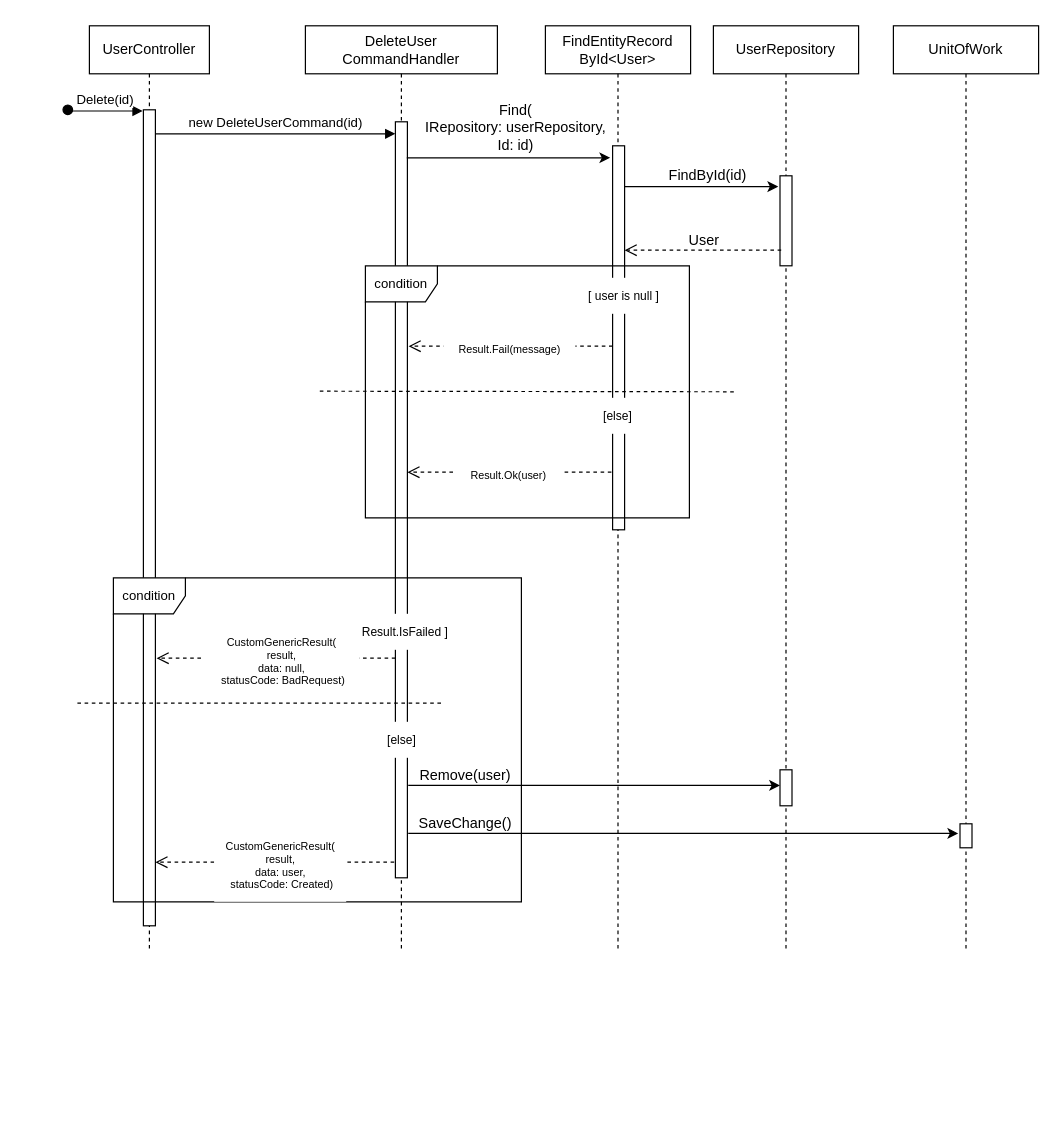
Above: Diagrams/sequenceDiagram_user_update.drawio in MahdiChoobin-81/CleanArchitecture_ASP (draw.io), before the change. Source tidied: cells renumbered, new cells numbered last; positions are measured from the earlier drawing's top-left corner, leaving out a move shared by most shapes. Both pictures are drawn from the tidied source at 120%, with x=0, y=0 at pixel (67, 25).
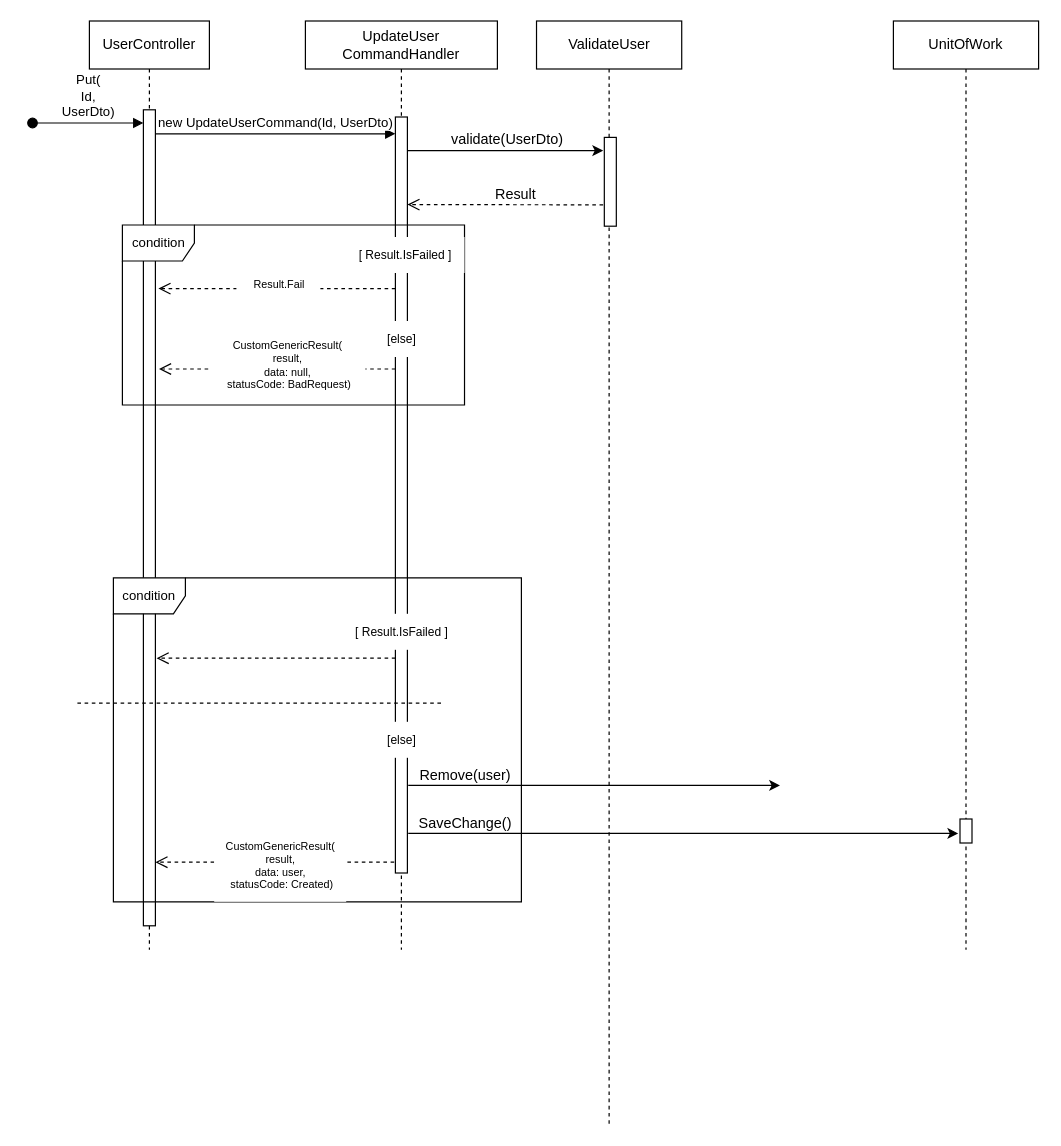
Above is the later version.

Unchanged cells that the change refers to:
```xml
<mxCell id="5" style="html=1;points=[];perimeter=orthogonalPerimeter;outlineConnect=0;targetShapes=umlLifeline;portConstraint=eastwest;newEdgeStyle={&quot;edgeStyle&quot;:&quot;elbowEdgeStyle&quot;,&quot;elbow&quot;:&quot;vertical&quot;,&quot;curved&quot;:0,&quot;rounded&quot;:0};" parent="4" vertex="1">
  <mxGeometry x="75" y="80" width="10" height="630" as="geometry" />
</mxCell>
<mxCell id="9" style="rounded=0;whiteSpace=wrap;html=1;" parent="1" vertex="1">
  <mxGeometry x="63" y="70" width="10" height="680" as="geometry" />
</mxCell>
```

Change to the diagram source:
```diff
@@
     <mxCell id="2" value="UserController" style="shape=umlLifeline;perimeter=lifelinePerimeter;whiteSpace=wrap;html=1;newEdgeStyle={&quot;edgeStyle&quot;:&quot;elbowEdgeStyle&quot;,&quot;elbow&quot;:&quot;vertical&quot;,&quot;curved&quot;:0,&quot;rounded&quot;:0};" parent="1" vertex="1">
-      <mxGeometry x="18" width="100" height="770" as="geometry" />
+      <mxGeometry x="18" y="-4" width="100" height="774" as="geometry" />
     </mxCell>
-    <mxCell id="3" value="Delete(id)" style="html=1;verticalAlign=bottom;startArrow=oval;endArrow=block;startSize=8;edgeStyle=elbowEdgeStyle;elbow=vertical;curved=0;rounded=0;entryX=-0.26;entryY=0.004;entryDx=0;entryDy=0;entryPerimeter=0;" parent="2" edge="1">
-      <mxGeometry relative="1" as="geometry">
-        <mxPoint x="-18" y="70" as="sourcePoint" />
-        <mxPoint x="44.4" y="71.4" as="targetPoint" />
-      </mxGeometry>
-    </mxCell>
-    <mxCell id="4" value="DeleteUser&lt;br&gt;CommandHandler" style="shape=umlLifeline;perimeter=lifelinePerimeter;whiteSpace=wrap;html=1;newEdgeStyle={&quot;edgeStyle&quot;:&quot;elbowEdgeStyle&quot;,&quot;elbow&quot;:&quot;vertical&quot;,&quot;curved&quot;:0,&quot;rounded&quot;:0};" parent="1" vertex="1">
-      <mxGeometry x="198" width="160" height="770" as="geometry" />
+    <mxCell id="4" value="UpdateUser&lt;br&gt;CommandHandler" style="shape=umlLifeline;perimeter=lifelinePerimeter;whiteSpace=wrap;html=1;newEdgeStyle={&quot;edgeStyle&quot;:&quot;elbowEdgeStyle&quot;,&quot;elbow&quot;:&quot;vertical&quot;,&quot;curved&quot;:0,&quot;rounded&quot;:0};" parent="1" vertex="1">
+      <mxGeometry x="198" y="-4" width="160" height="774" as="geometry" />
     </mxCell>
@@
-    <mxCell id="6" value="new DeleteUserCommand(id)" style="html=1;verticalAlign=bottom;endArrow=block;edgeStyle=elbowEdgeStyle;elbow=horizontal;curved=0;rounded=0;" parent="1" edge="1" source="9" target="5">
+    <mxCell id="6" value="new UpdateUserCommand(Id, UserDto)" style="html=1;verticalAlign=bottom;endArrow=block;edgeStyle=elbowEdgeStyle;elbow=horizontal;curved=0;rounded=0;" parent="1" edge="1" source="9" target="5">
       <mxGeometry relative="1" as="geometry">
         <Array as="points">
           <mxPoint x="158" y="90" />
         </Array>
       </mxGeometry>
     </mxCell>
-    <mxCell id="7" value="FindEntityRecord&lt;br&gt;ById&amp;lt;User&amp;gt;" style="shape=umlLifeline;perimeter=lifelinePerimeter;whiteSpace=wrap;html=1;newEdgeStyle={&quot;edgeStyle&quot;:&quot;elbowEdgeStyle&quot;,&quot;elbow&quot;:&quot;vertical&quot;,&quot;curved&quot;:0,&quot;rounded&quot;:0};" parent="1" vertex="1">
-      <mxGeometry x="398" width="121" height="770" as="geometry" />
-    </mxCell>
-    <mxCell id="8" style="html=1;points=[];perimeter=orthogonalPerimeter;outlineConnect=0;targetShapes=umlLifeline;portConstraint=eastwest;newEdgeStyle={&quot;edgeStyle&quot;:&quot;elbowEdgeStyle&quot;,&quot;elbow&quot;:&quot;vertical&quot;,&quot;curved&quot;:0,&quot;rounded&quot;:0};" parent="7" vertex="1">
-      <mxGeometry x="56" y="100" width="10" height="320" as="geometry" />
-    </mxCell>
@@
-    <mxCell id="10" value="Find(&lt;br&gt;IRepository: userRepository,&lt;br&gt;Id: id)" style="text;html=1;align=center;verticalAlign=middle;strokeColor=none;fillColor=none;" parent="1" vertex="1">
-      <mxGeometry x="288" y="55" width="170" height="60" as="geometry" />
-    </mxCell>
-    <mxCell id="11" style="endArrow=classic;html=1;rounded=0;" parent="1" edge="1">
-      <mxGeometry relative="1" as="geometry">
-        <mxPoint x="282.5" y="110" as="sourcePoint" />
-        <mxPoint x="452" y="110" as="targetPoint" />
-      </mxGeometry>
-    </mxCell>
@@
-    <mxCell id="13" value="UserRepository" style="shape=umlLifeline;perimeter=lifelinePerimeter;whiteSpace=wrap;html=1;newEdgeStyle={&quot;edgeStyle&quot;:&quot;elbowEdgeStyle&quot;,&quot;elbow&quot;:&quot;vertical&quot;,&quot;curved&quot;:0,&quot;rounded&quot;:0};" parent="1" vertex="1">
-      <mxGeometry x="538" width="121" height="770" as="geometry" />
-    </mxCell>
-    <mxCell id="14" style="html=1;perimeter=orthogonalPerimeter;targetShapes=umlLifeline;newEdgeStyle={&quot;edgeStyle&quot;:&quot;elbowEdgeStyle&quot;,&quot;elbow&quot;:&quot;vertical&quot;,&quot;curved&quot;:0,&quot;rounded&quot;:0};" parent="13" vertex="1">
-      <mxGeometry x="55.5" y="125" width="10" height="75" as="geometry" />
-    </mxCell>
-    <mxCell id="15" style="html=1;perimeter=orthogonalPerimeter;targetShapes=umlLifeline;newEdgeStyle={&quot;edgeStyle&quot;:&quot;elbowEdgeStyle&quot;,&quot;elbow&quot;:&quot;vertical&quot;,&quot;curved&quot;:0,&quot;rounded&quot;:0};" parent="13" vertex="1">
-      <mxGeometry x="55.5" y="620" width="10" height="30" as="geometry" />
-    </mxCell>
@@
-    <mxCell id="20" value="&lt;font style=&quot;font-size: 9px;&quot;&gt;CustomGenericResult(&lt;br&gt;result,&lt;br style=&quot;font-size: 9px;&quot;&gt;data: null,&lt;br style=&quot;font-size: 9px;&quot;&gt;&amp;nbsp;statusCode: BadRequest)&lt;/font&gt;" style="text;html=1;align=center;verticalAlign=middle;strokeColor=none;fillColor=default;fontSize=9;" parent="1" vertex="1">
-      <mxGeometry x="113" y="500" width="130" height="60" as="geometry" />
-    </mxCell>
     <mxCell id="21" value="UnitOfWork" style="shape=umlLifeline;perimeter=lifelinePerimeter;whiteSpace=wrap;html=1;newEdgeStyle={&quot;edgeStyle&quot;:&quot;elbowEdgeStyle&quot;,&quot;elbow&quot;:&quot;vertical&quot;,&quot;curved&quot;:0,&quot;rounded&quot;:0};" parent="1" vertex="1">
-      <mxGeometry x="688" width="121" height="770" as="geometry" />
+      <mxGeometry x="688" y="-4" width="121" height="774" as="geometry" />
     </mxCell>
@@
-    <mxCell id="28" style="endArrow=classic;html=1;rounded=0;" parent="1" edge="1">
-      <mxGeometry relative="1" as="geometry">
-        <mxPoint x="464" y="134" as="sourcePoint" />
-        <mxPoint x="592" y="134" as="targetPoint" />
-      </mxGeometry>
-    </mxCell>
-    <mxCell id="29" value="FindById(id)" style="text;html=1;align=center;verticalAlign=middle;strokeColor=none;fillColor=none;" parent="1" vertex="1">
-      <mxGeometry x="488" y="110" width="90" height="30" as="geometry" />
-    </mxCell>
-    <mxCell id="30" style="html=1;verticalAlign=bottom;endArrow=open;dashed=1;endSize=8;edgeStyle=elbowEdgeStyle;elbow=vertical;curved=0;rounded=0;" parent="1" edge="1" target="8">
-      <mxGeometry x="0.01" relative="1" as="geometry">
-        <mxPoint x="594.5" y="187" as="sourcePoint" />
-      </mxGeometry>
-    </mxCell>
-    <mxCell id="31" value="User" style="text;html=1;strokeColor=none;fillColor=none;align=center;verticalAlign=middle;whiteSpace=wrap;rounded=0;" parent="1" vertex="1">
-      <mxGeometry x="488" y="164" width="85" height="30" as="geometry" />
-    </mxCell>
-    <mxCell id="32" value="&lt;font style=&quot;font-size: 11px;&quot;&gt;condition&lt;/font&gt;" style="shape=umlFrame;whiteSpace=wrap;html=1;direction=east;" parent="1" vertex="1">
-      <mxGeometry x="248" y="200" width="270" height="210" as="geometry" />
-    </mxCell>
-    <mxCell id="33" value="[ user is null ]" style="text;html=1;align=center;verticalAlign=middle;strokeColor=none;fillColor=default;fontSize=10;" parent="1" vertex="1">
-      <mxGeometry x="423" y="210" width="80" height="30" as="geometry" />
-    </mxCell>
-    <mxCell id="34" style="html=1;verticalAlign=bottom;endArrow=open;dashed=1;endSize=8;edgeStyle=elbowEdgeStyle;elbow=vertical;curved=0;rounded=0;strokeColor=default;" parent="1" edge="1" source="8">
-      <mxGeometry x="0.01" relative="1" as="geometry">
-        <mxPoint x="284" y="267" as="targetPoint" />
-      </mxGeometry>
-    </mxCell>
-    <mxCell id="35" value="[else]" style="text;html=1;align=center;verticalAlign=middle;strokeColor=none;fillColor=default;fontSize=10;imageWidth=24;arcSize=12;strokeOpacity=100;" parent="1" vertex="1">
-      <mxGeometry x="433" y="310" width="50" height="30" as="geometry" />
-    </mxCell>
-    <mxCell id="36" value="Result.Fail(message)" style="text;html=1;align=center;verticalAlign=middle;strokeColor=none;fillColor=default;fontSize=9;" parent="1" vertex="1">
-      <mxGeometry x="313" y="260" width="110" height="20" as="geometry" />
-    </mxCell>
-    <mxCell id="37" style="endArrow=none;dashed=1;html=1;rounded=0;" parent="1" edge="1">
-      <mxGeometry relative="1" as="geometry">
-        <mxPoint x="210" y="304.5" as="sourcePoint" />
-        <mxPoint x="558" y="305" as="targetPoint" />
-      </mxGeometry>
-    </mxCell>
-    <mxCell id="38" style="html=1;verticalAlign=bottom;endArrow=open;dashed=1;endSize=8;edgeStyle=elbowEdgeStyle;elbow=vertical;curved=0;rounded=0;strokeColor=default;" parent="1" edge="1">
-      <mxGeometry x="0.01" relative="1" as="geometry">
-        <mxPoint x="453" y="372" as="sourcePoint" />
-        <mxPoint x="283" y="372" as="targetPoint" />
-      </mxGeometry>
-    </mxCell>
-    <mxCell id="39" value="Result.Ok(user)" style="text;html=1;align=center;verticalAlign=middle;strokeColor=none;fillColor=default;fontSize=9;" parent="1" vertex="1">
-      <mxGeometry x="322" y="365" width="90" height="20" as="geometry" />
-    </mxCell>
@@
+    <mxCell id="3" value="Put(&lt;br&gt;Id,&lt;br&gt;UserDto)" style="html=1;verticalAlign=bottom;startArrow=oval;endArrow=block;startSize=8;edgeStyle=elbowEdgeStyle;elbow=vertical;curved=0;rounded=0;entryX=-0.26;entryY=0.004;entryDx=0;entryDy=0;entryPerimeter=0;" parent="1" edge="1">
+      <mxGeometry relative="1" as="geometry">
+        <mxPoint x="-29.4" y="81" as="sourcePoint" />
+        <mxPoint x="63" y="81.4" as="targetPoint" />
+      </mxGeometry>
+    </mxCell>
+    <mxCell id="42" value="ValidateUser" style="shape=umlLifeline;perimeter=lifelinePerimeter;whiteSpace=wrap;html=1;newEdgeStyle={&quot;edgeStyle&quot;:&quot;elbowEdgeStyle&quot;,&quot;elbow&quot;:&quot;vertical&quot;,&quot;curved&quot;:0,&quot;rounded&quot;:0};" parent="1" vertex="1">
+      <mxGeometry x="390.6" y="-4" width="121" height="920" as="geometry" />
+    </mxCell>
+    <mxCell id="43" style="html=1;perimeter=orthogonalPerimeter;targetShapes=umlLifeline;newEdgeStyle={&quot;edgeStyle&quot;:&quot;elbowEdgeStyle&quot;,&quot;elbow&quot;:&quot;vertical&quot;,&quot;curved&quot;:0,&quot;rounded&quot;:0};" parent="42" vertex="1">
+      <mxGeometry x="56.5" y="97" width="10" height="74" as="geometry" />
+    </mxCell>
+    <mxCell id="44" value="validate(UserDto)" style="text;html=1;align=center;verticalAlign=middle;strokeColor=none;fillColor=none;" parent="1" vertex="1">
+      <mxGeometry x="306.1" y="80" width="120" height="30" as="geometry" />
+    </mxCell>
+    <mxCell id="45" style="endArrow=classic;html=1;rounded=0;" parent="1" edge="1">
+      <mxGeometry relative="1" as="geometry">
+        <mxPoint x="283" y="104" as="sourcePoint" />
+        <mxPoint x="446.1" y="104" as="targetPoint" />
+      </mxGeometry>
+    </mxCell>
+    <mxCell id="46" style="html=1;verticalAlign=bottom;endArrow=open;dashed=1;endSize=8;edgeStyle=elbowEdgeStyle;elbow=vertical;curved=0;rounded=0;" parent="1" edge="1" target="5">
+      <mxGeometry x="0.01" relative="1" as="geometry">
+        <mxPoint x="446.1" y="149.2" as="sourcePoint" />
+      </mxGeometry>
+    </mxCell>
+    <mxCell id="47" value="Result" style="text;html=1;strokeColor=none;fillColor=none;align=center;verticalAlign=middle;whiteSpace=wrap;rounded=0;" parent="1" vertex="1">
+      <mxGeometry x="331.1" y="126" width="85" height="30" as="geometry" />
+    </mxCell>
+    <mxCell id="48" style="html=1;verticalAlign=bottom;endArrow=open;dashed=1;endSize=8;edgeStyle=elbowEdgeStyle;elbow=vertical;curved=0;rounded=0;" parent="1" edge="1" source="5">
+      <mxGeometry x="0.01" relative="1" as="geometry">
+        <mxPoint x="76" y="286.3" as="targetPoint" />
+      </mxGeometry>
+    </mxCell>
+    <mxCell id="32" value="&lt;font style=&quot;font-size: 11px;&quot;&gt;condition&lt;/font&gt;" style="shape=umlFrame;whiteSpace=wrap;html=1;direction=east;" parent="1" vertex="1">
+      <mxGeometry x="45.5" y="166" width="285.1" height="150" as="geometry" />
+    </mxCell>
+    <mxCell id="35" value="[else]" style="text;html=1;align=center;verticalAlign=middle;strokeColor=none;fillColor=default;fontSize=10;imageWidth=24;arcSize=12;strokeOpacity=100;" parent="1" vertex="1">
+      <mxGeometry x="253" y="246" width="50" height="30" as="geometry" />
+    </mxCell>
+    <mxCell id="49" value="[ Result.IsFailed ]" style="text;html=1;align=center;verticalAlign=middle;strokeColor=none;fillColor=default;fontSize=10;" parent="1" vertex="1">
+      <mxGeometry x="230.6" y="176" width="100" height="30" as="geometry" />
+    </mxCell>
+    <mxCell id="50" style="html=1;verticalAlign=bottom;endArrow=open;dashed=1;endSize=8;edgeStyle=elbowEdgeStyle;elbow=vertical;curved=0;rounded=0;" parent="1" edge="1" source="5">
+      <mxGeometry x="0.01" relative="1" as="geometry">
+        <mxPoint x="75.5" y="219" as="targetPoint" />
+      </mxGeometry>
+    </mxCell>
+    <mxCell id="51" value="Result.Fail" style="text;html=1;align=center;verticalAlign=middle;strokeColor=none;fillColor=default;fontSize=9;imageWidth=18;imageHeight=24;arcSize=5;fillStyle=auto;" parent="1" vertex="1">
+      <mxGeometry x="140.5" y="206" width="70" height="20" as="geometry" />
+    </mxCell>
+    <mxCell id="20" value="&lt;font style=&quot;font-size: 9px;&quot;&gt;CustomGenericResult(&lt;br&gt;result,&lt;br style=&quot;font-size: 9px;&quot;&gt;data: null,&lt;br style=&quot;font-size: 9px;&quot;&gt;&amp;nbsp;statusCode: BadRequest)&lt;/font&gt;" style="text;html=1;align=center;verticalAlign=middle;strokeColor=none;fillColor=default;fontSize=9;" parent="1" vertex="1">
+      <mxGeometry x="118" y="253" width="130" height="60" as="geometry" />
+    </mxCell>
```
